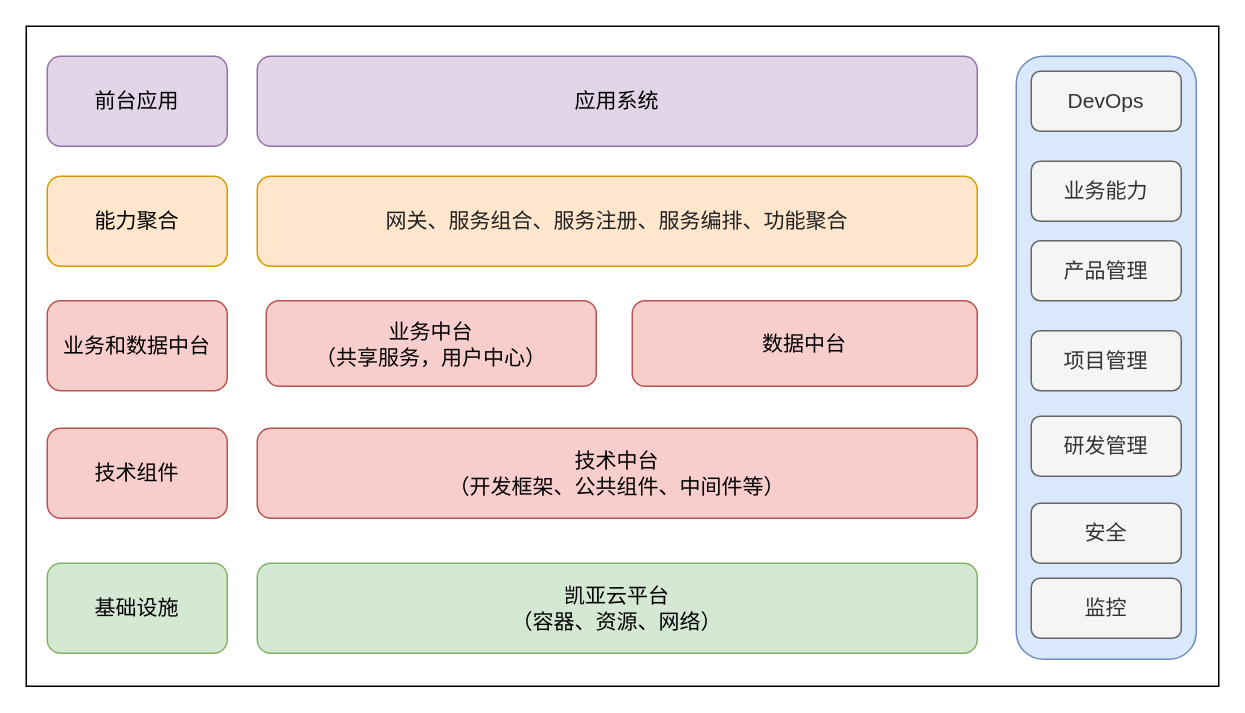
The draw.io diagram uml-diagrams/中台能力架构.drawio in huyunzhen/diagrams, before the edit. Source tidied: cells renumbered, new cells numbered last; positions are measured from the earlier drawing's top-left corner, leaving out a move shared by most shapes. Both pictures are drawn from the tidied source at 150%, with x=0, y=0 at pixel (26, 26).
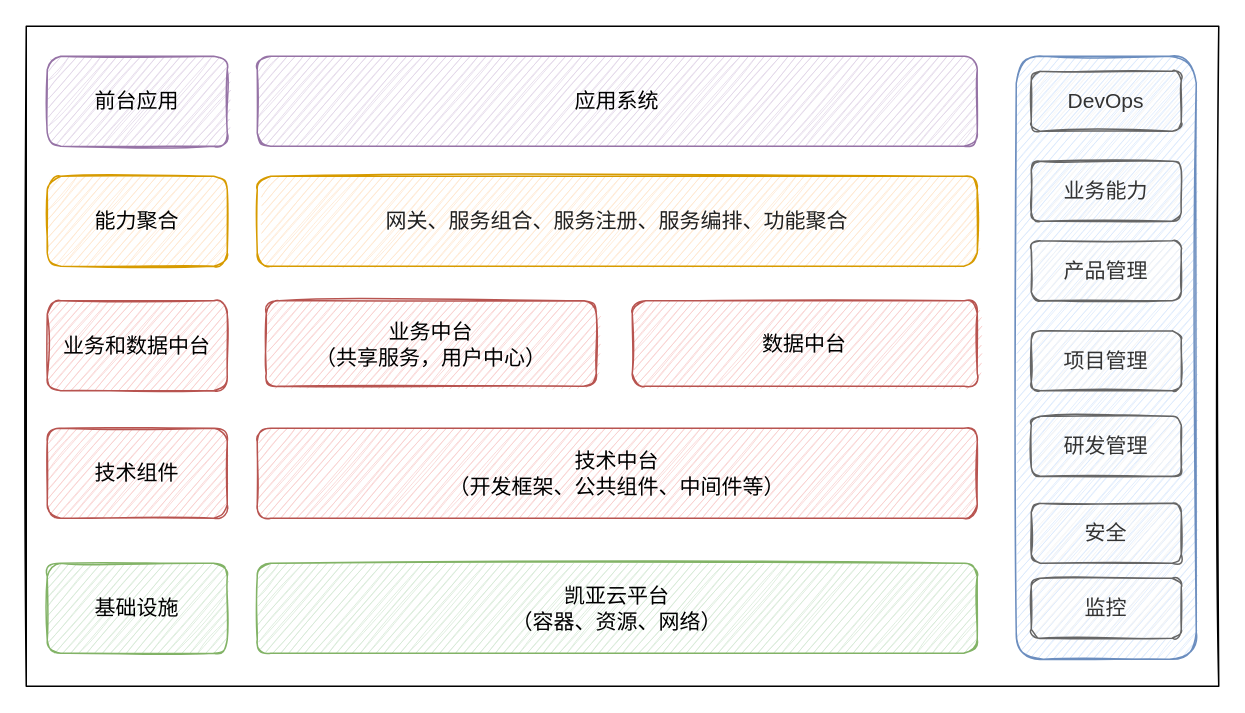
After the change.

Commit message:
更新中台能力架构.drawio

Diff of the diagram source:
```diff
@@
-    <mxCell id="2" style="rounded=0;whiteSpace=wrap;html=1;" parent="1" vertex="1">
+    <mxCell id="2" style="rounded=0;whiteSpace=wrap;html=1;fillColor=none;fontStyle=1;sketch=1;" parent="1" vertex="1">
       <mxGeometry width="795" height="440" as="geometry" />
     </mxCell>
-    <mxCell id="3" style="rounded=1;whiteSpace=wrap;html=1;fillColor=#dae8fc;strokeColor=#6c8ebf;fontSize=14;" parent="1" vertex="1">
+    <mxCell id="3" style="rounded=1;whiteSpace=wrap;html=1;fillColor=#dae8fc;strokeColor=#6c8ebf;fontSize=14;sketch=1;" parent="1" vertex="1">
       <mxGeometry x="660" y="20" width="120" height="402" as="geometry" />
     </mxCell>
-    <mxCell id="4" value="技术组件" style="rounded=1;whiteSpace=wrap;html=1;fillColor=#f8cecc;strokeColor=#b85450;fontSize=14;" parent="1" vertex="1">
+    <mxCell id="4" value="技术组件" style="rounded=1;whiteSpace=wrap;html=1;fillColor=#f8cecc;strokeColor=#b85450;fontSize=14;sketch=1;" parent="1" vertex="1">
       <mxGeometry x="14" y="268" width="120" height="60" as="geometry" />
     </mxCell>
-    <mxCell id="5" value="技术中台&lt;br style=&quot;font-size: 14px;&quot;&gt;（开发框架、公共组件、中间件等）" style="rounded=1;whiteSpace=wrap;html=1;fillColor=#f8cecc;strokeColor=#b85450;fontSize=14;" parent="1" vertex="1">
+    <mxCell id="5" value="技术中台&lt;br style=&quot;font-size: 14px;&quot;&gt;（开发框架、公共组件、中间件等）" style="rounded=1;whiteSpace=wrap;html=1;fillColor=#f8cecc;strokeColor=#b85450;fontSize=14;sketch=1;" parent="1" vertex="1">
       <mxGeometry x="154" y="268" width="480" height="60" as="geometry" />
     </mxCell>
-    <mxCell id="6" value="基础设施" style="rounded=1;whiteSpace=wrap;html=1;fillColor=#d5e8d4;strokeColor=#82b366;fontSize=14;" parent="1" vertex="1">
+    <mxCell id="6" value="基础设施" style="rounded=1;whiteSpace=wrap;html=1;fillColor=#d5e8d4;strokeColor=#82b366;fontSize=14;sketch=1;" parent="1" vertex="1">
       <mxGeometry x="14" y="358" width="120" height="60" as="geometry" />
     </mxCell>
-    <mxCell id="7" value="凯亚云平台&lt;br style=&quot;font-size: 14px;&quot;&gt;（容器、资源、网络）" style="rounded=1;whiteSpace=wrap;html=1;fillColor=#d5e8d4;strokeColor=#82b366;fontSize=14;" parent="1" vertex="1">
+    <mxCell id="7" value="凯亚云平台&lt;br style=&quot;font-size: 14px;&quot;&gt;（容器、资源、网络）" style="rounded=1;whiteSpace=wrap;html=1;fillColor=#d5e8d4;strokeColor=#82b366;fontSize=14;sketch=1;" parent="1" vertex="1">
       <mxGeometry x="154" y="358" width="480" height="60" as="geometry" />
     </mxCell>
-    <mxCell id="8" value="业务和数据中台" style="rounded=1;whiteSpace=wrap;html=1;fillColor=#f8cecc;strokeColor=#b85450;fontSize=14;" parent="1" vertex="1">
+    <mxCell id="8" value="业务和数据中台" style="rounded=1;whiteSpace=wrap;html=1;fillColor=#f8cecc;strokeColor=#b85450;fontSize=14;sketch=1;" parent="1" vertex="1">
       <mxGeometry x="14" y="183" width="120" height="60" as="geometry" />
     </mxCell>
-    <mxCell id="9" value="业务中台&lt;br style=&quot;font-size: 14px;&quot;&gt;（共享服务，用户中心）" style="rounded=1;whiteSpace=wrap;html=1;fillColor=#f8cecc;strokeColor=#b85450;fontSize=14;" parent="1" vertex="1">
+    <mxCell id="9" value="业务中台&lt;br style=&quot;font-size: 14px;&quot;&gt;（共享服务，用户中心）" style="rounded=1;whiteSpace=wrap;html=1;fillColor=#f8cecc;strokeColor=#b85450;fontSize=14;sketch=1;" parent="1" vertex="1">
       <mxGeometry x="160" y="183" width="220" height="57" as="geometry" />
     </mxCell>
-    <mxCell id="10" value="应用系统" style="rounded=1;whiteSpace=wrap;html=1;fillColor=#e1d5e7;strokeColor=#9673a6;fontSize=14;" parent="1" vertex="1">
+    <mxCell id="10" value="应用系统" style="rounded=1;whiteSpace=wrap;html=1;fillColor=#e1d5e7;strokeColor=#9673a6;fontSize=14;sketch=1;" parent="1" vertex="1">
       <mxGeometry x="154" y="20" width="480" height="60" as="geometry" />
     </mxCell>
-    <mxCell id="11" value="数据中台" style="rounded=1;whiteSpace=wrap;html=1;fillColor=#f8cecc;strokeColor=#b85450;fontSize=14;" parent="1" vertex="1">
+    <mxCell id="11" value="数据中台" style="rounded=1;whiteSpace=wrap;html=1;fillColor=#f8cecc;strokeColor=#b85450;fontSize=14;sketch=1;" parent="1" vertex="1">
       <mxGeometry x="404" y="183" width="230" height="57" as="geometry" />
     </mxCell>
-    <mxCell id="12" value="前台应用" style="rounded=1;whiteSpace=wrap;html=1;fillColor=#e1d5e7;strokeColor=#9673a6;fontSize=14;" parent="1" vertex="1">
+    <mxCell id="12" value="前台应用" style="rounded=1;whiteSpace=wrap;html=1;fillColor=#e1d5e7;strokeColor=#9673a6;fontSize=14;sketch=1;" parent="1" vertex="1">
       <mxGeometry x="14" y="20" width="120" height="60" as="geometry" />
     </mxCell>
-    <mxCell id="13" value="&lt;pre style=&quot;font-size: 14px;&quot;&gt;&lt;span style=&quot;color: rgb(33, 33, 33); background-color: rgba(255, 255, 255, 0.01); font-size: 14px;&quot;&gt;&lt;font style=&quot;font-size: 14px;&quot; face=&quot;Helvetica&quot;&gt;网关、服务组合、服务注册、服务编排、功能聚合&lt;/font&gt;&lt;/span&gt;&lt;/pre&gt;" style="rounded=1;whiteSpace=wrap;html=1;fillColor=#ffe6cc;strokeColor=#d79b00;fontSize=14;" parent="1" vertex="1">
+    <mxCell id="13" value="&lt;pre style=&quot;font-size: 14px;&quot;&gt;&lt;span style=&quot;color: rgb(33, 33, 33); background-color: rgba(255, 255, 255, 0.01); font-size: 14px;&quot;&gt;&lt;font style=&quot;font-size: 14px;&quot; face=&quot;Helvetica&quot;&gt;网关、服务组合、服务注册、服务编排、功能聚合&lt;/font&gt;&lt;/span&gt;&lt;/pre&gt;" style="rounded=1;whiteSpace=wrap;html=1;fillColor=#ffe6cc;strokeColor=#d79b00;fontSize=14;sketch=1;" parent="1" vertex="1">
       <mxGeometry x="154" y="100" width="480" height="60" as="geometry" />
     </mxCell>
-    <mxCell id="14" value="能力聚合" style="rounded=1;whiteSpace=wrap;html=1;fillColor=#ffe6cc;strokeColor=#d79b00;fontSize=14;" parent="1" vertex="1">
+    <mxCell id="14" value="能力聚合" style="rounded=1;whiteSpace=wrap;html=1;fillColor=#ffe6cc;strokeColor=#d79b00;fontSize=14;sketch=1;" parent="1" vertex="1">
       <mxGeometry x="14" y="100" width="120" height="60" as="geometry" />
     </mxCell>
-    <mxCell id="15" value="业务能力" style="rounded=1;whiteSpace=wrap;html=1;fontFamily=Helvetica;fontSize=14;fillColor=#f5f5f5;fontColor=#333333;strokeColor=#666666;" parent="1" vertex="1">
+    <mxCell id="15" value="业务能力" style="rounded=1;whiteSpace=wrap;html=1;fontFamily=Helvetica;fontSize=14;fillColor=#f5f5f5;fontColor=#333333;strokeColor=#666666;sketch=1;" parent="1" vertex="1">
       <mxGeometry x="670" y="90" width="100" height="40" as="geometry" />
     </mxCell>
-    <mxCell id="16" value="产品管理" style="rounded=1;whiteSpace=wrap;html=1;fontFamily=Helvetica;fontSize=14;fillColor=#f5f5f5;fontColor=#333333;strokeColor=#666666;" parent="1" vertex="1">
+    <mxCell id="16" value="产品管理" style="rounded=1;whiteSpace=wrap;html=1;fontFamily=Helvetica;fontSize=14;fillColor=#f5f5f5;fontColor=#333333;strokeColor=#666666;sketch=1;" parent="1" vertex="1">
       <mxGeometry x="670" y="143" width="100" height="40" as="geometry" />
     </mxCell>
-    <mxCell id="17" value="项目管理" style="rounded=1;whiteSpace=wrap;html=1;fontFamily=Helvetica;fontSize=14;fillColor=#f5f5f5;fontColor=#333333;strokeColor=#666666;" parent="1" vertex="1">
+    <mxCell id="17" value="项目管理" style="rounded=1;whiteSpace=wrap;html=1;fontFamily=Helvetica;fontSize=14;fillColor=#f5f5f5;fontColor=#333333;strokeColor=#666666;sketch=1;" parent="1" vertex="1">
       <mxGeometry x="670" y="203" width="100" height="40" as="geometry" />
     </mxCell>
-    <mxCell id="18" value="研发管理" style="rounded=1;whiteSpace=wrap;html=1;fontFamily=Helvetica;fontSize=14;fillColor=#f5f5f5;fontColor=#333333;strokeColor=#666666;" parent="1" vertex="1">
+    <mxCell id="18" value="研发管理" style="rounded=1;whiteSpace=wrap;html=1;fontFamily=Helvetica;fontSize=14;fillColor=#f5f5f5;fontColor=#333333;strokeColor=#666666;sketch=1;" parent="1" vertex="1">
       <mxGeometry x="670" y="260" width="100" height="40" as="geometry" />
     </mxCell>
-    <mxCell id="19" value="DevOps" style="rounded=1;whiteSpace=wrap;html=1;fontFamily=Helvetica;fontSize=14;fillColor=#f5f5f5;fontColor=#333333;strokeColor=#666666;" parent="1" vertex="1">
+    <mxCell id="19" value="DevOps" style="rounded=1;whiteSpace=wrap;html=1;fontFamily=Helvetica;fontSize=14;fillColor=#f5f5f5;fontColor=#333333;strokeColor=#666666;sketch=1;" parent="1" vertex="1">
       <mxGeometry x="670" y="30" width="100" height="40" as="geometry" />
     </mxCell>
-    <mxCell id="20" value="监控" style="rounded=1;whiteSpace=wrap;html=1;fontFamily=Helvetica;fontSize=14;fillColor=#f5f5f5;fontColor=#333333;strokeColor=#666666;" parent="1" vertex="1">
+    <mxCell id="20" value="监控" style="rounded=1;whiteSpace=wrap;html=1;fontFamily=Helvetica;fontSize=14;fillColor=#f5f5f5;fontColor=#333333;strokeColor=#666666;sketch=1;" parent="1" vertex="1">
       <mxGeometry x="670" y="368" width="100" height="40" as="geometry" />
     </mxCell>
-    <mxCell id="21" value="安全" style="rounded=1;whiteSpace=wrap;html=1;fontFamily=Helvetica;fontSize=14;fillColor=#f5f5f5;fontColor=#333333;strokeColor=#666666;" parent="1" vertex="1">
+    <mxCell id="21" value="安全" style="rounded=1;whiteSpace=wrap;html=1;fontFamily=Helvetica;fontSize=14;fillColor=#f5f5f5;fontColor=#333333;strokeColor=#666666;sketch=1;" parent="1" vertex="1">
       <mxGeometry x="670" y="318" width="100" height="40" as="geometry" />
     </mxCell>
```
